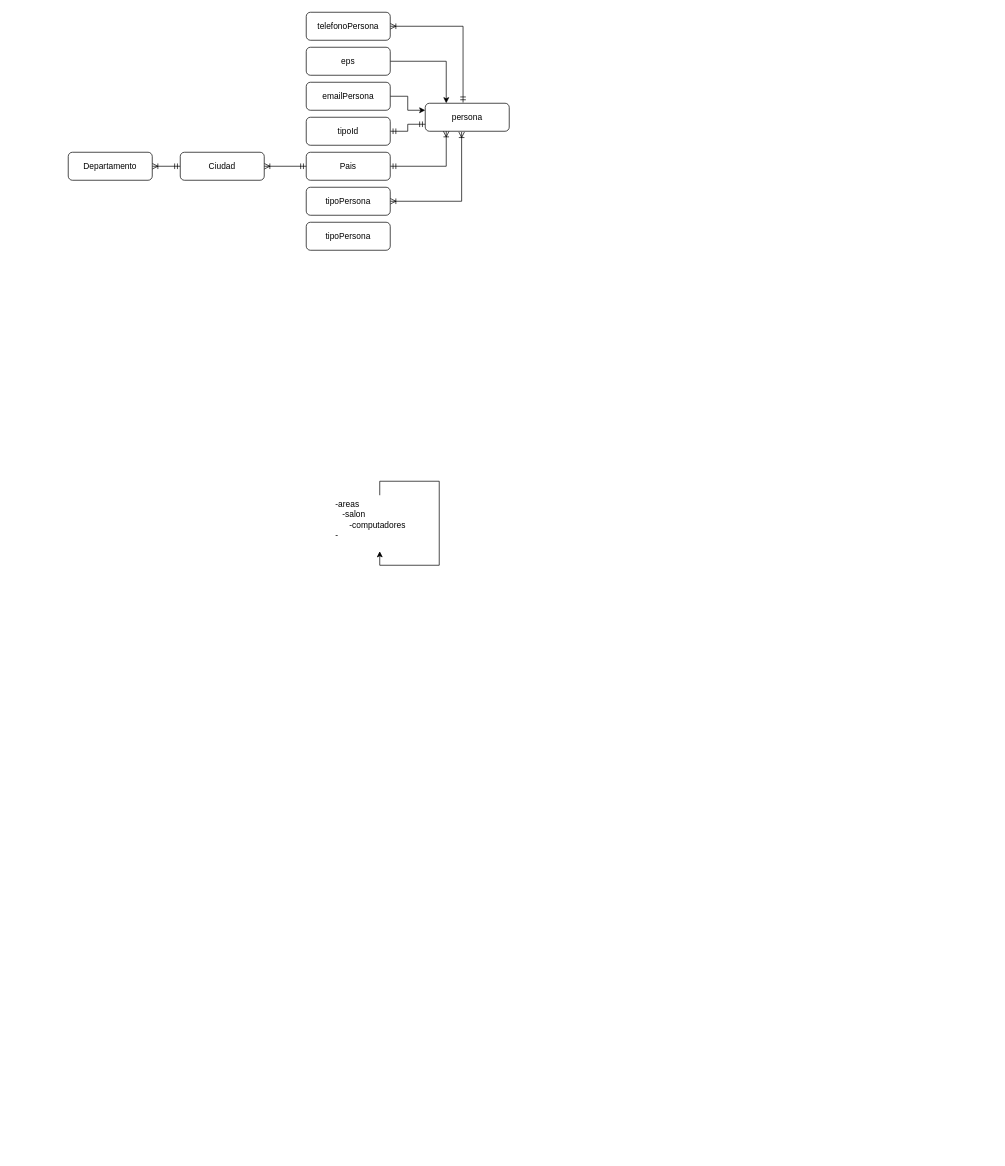
The draw.io diagram Untitled Diagram.drawio in NixonAmado/pry-bdCampus, before the edit. Source tidied: cells renumbered, new cells numbered last; positions are measured from the earlier drawing's top-left corner, leaving out a move shared by most shapes. Both pictures are drawn from the tidied source at 70%, with x=0, y=0 at pixel (68, 12).
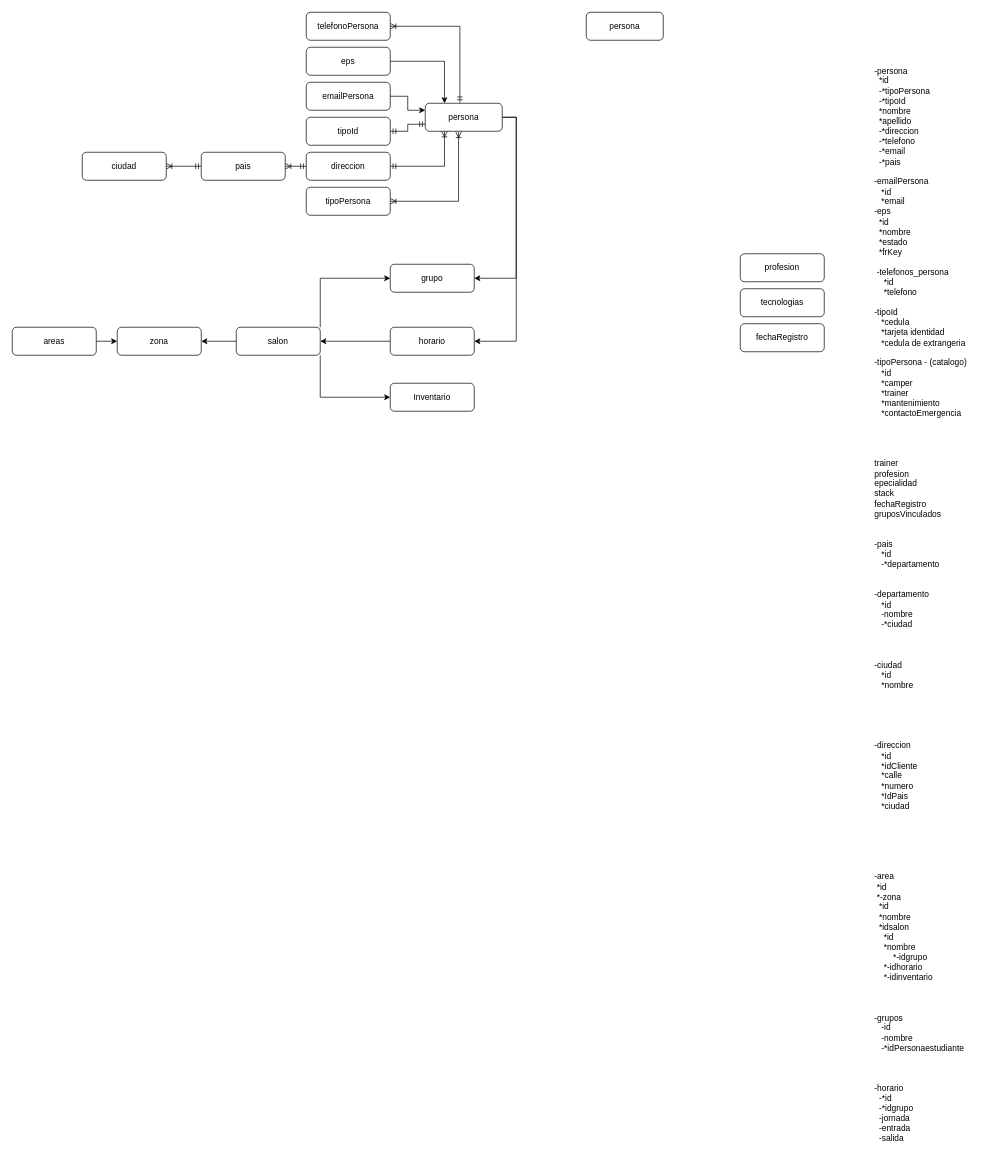
Above is the later version.

Change to the diagram source:
```diff
@@
-    <mxCell id="4" value="-areas&#10;   -salon&#10;      -computadores&#10;-" style="text;whiteSpace=wrap;" parent="1" vertex="1">
-      <mxGeometry x="380" y="690" width="130" height="80" as="geometry" />
-    </mxCell>
-    <mxCell id="5" style="edgeStyle=orthogonalEdgeStyle;rounded=0;orthogonalLoop=1;jettySize=auto;html=1;exitX=0.5;exitY=0;exitDx=0;exitDy=0;" parent="1" edge="1" source="4" target="4">
-      <mxGeometry relative="1" as="geometry" />
-    </mxCell>
@@
+    <mxCell id="22" style="edgeStyle=orthogonalEdgeStyle;rounded=0;jettySize=auto;html=1;exitX=1;exitY=0.5;exitDx=0;exitDy=0;entryX=1;entryY=0.5;entryDx=0;entryDy=0;" parent="1" edge="1" source="8" target="34">
+      <mxGeometry relative="1" as="geometry" />
+    </mxCell>
+    <mxCell id="23" style="edgeStyle=orthogonalEdgeStyle;rounded=0;jettySize=auto;html=1;exitX=1;exitY=0.5;exitDx=0;exitDy=0;entryX=1;entryY=0.5;entryDx=0;entryDy=0;" parent="1" edge="1" source="8" target="36">
+      <mxGeometry relative="1" as="geometry" />
+    </mxCell>
     <mxCell id="8" value="persona" style="rounded=1;whiteSpace=wrap;html=1;" parent="1" vertex="1">
-      <mxGeometry x="510" y="130" width="120" height="40" as="geometry" />
+      <mxGeometry x="510" y="130" width="110" height="40" as="geometry" />
     </mxCell>
@@
-    <mxCell id="16" value="Pais" style="rounded=1;whiteSpace=wrap;html=1;" parent="1" vertex="1">
+    <mxCell id="16" value="direccion" style="rounded=1;whiteSpace=wrap;html=1;" parent="1" vertex="1">
       <mxGeometry x="340" y="200" width="120" height="40" as="geometry" />
     </mxCell>
@@
-    <mxCell id="18" value="Departamento" style="rounded=1;whiteSpace=wrap;html=1;" parent="1" vertex="1">
-      <mxGeometry y="200" width="120" height="40" as="geometry" />
+    <mxCell id="18" value="ciudad" style="rounded=1;whiteSpace=wrap;html=1;" parent="1" vertex="1">
+      <mxGeometry x="20" y="200" width="120" height="40" as="geometry" />
     </mxCell>
@@
-    <mxCell id="20" value="Ciudad" style="rounded=1;whiteSpace=wrap;html=1;" parent="1" vertex="1">
-      <mxGeometry x="160" y="200" width="120" height="40" as="geometry" />
+    <mxCell id="20" value="pais" style="rounded=1;whiteSpace=wrap;html=1;" parent="1" vertex="1">
+      <mxGeometry x="190" y="200" width="120" height="40" as="geometry" />
     </mxCell>
-    <mxCell id="21" value="tipoPersona" style="rounded=1;whiteSpace=wrap;html=1;" parent="1" vertex="1">
-      <mxGeometry x="340" y="300" width="120" height="40" as="geometry" />
-    </mxCell>
+    <mxCell id="24" value="profesion" style="rounded=1;whiteSpace=wrap;html=1;" parent="1" vertex="1">
+      <mxGeometry x="960" y="345" width="120" height="40" as="geometry" />
+    </mxCell>
+    <mxCell id="25" value="tecnologias" style="rounded=1;whiteSpace=wrap;html=1;" parent="1" vertex="1">
+      <mxGeometry x="960" y="395" width="120" height="40" as="geometry" />
+    </mxCell>
+    <mxCell id="26" value="fechaRegistro" style="rounded=1;whiteSpace=wrap;html=1;" parent="1" vertex="1">
+      <mxGeometry x="960" y="445" width="120" height="40" as="geometry" />
+    </mxCell>
+    <mxCell id="27" style="edgeStyle=orthogonalEdgeStyle;rounded=0;jettySize=auto;html=1;exitX=1;exitY=0.5;exitDx=0;exitDy=0;entryX=0;entryY=0.5;entryDx=0;entryDy=0;" parent="1" edge="1" source="28" target="29">
+      <mxGeometry relative="1" as="geometry" />
+    </mxCell>
+    <mxCell id="28" value="areas" style="rounded=1;whiteSpace=wrap;html=1;" parent="1" vertex="1">
+      <mxGeometry x="-80" y="450" width="120" height="40" as="geometry" />
+    </mxCell>
+    <mxCell id="29" value="zona" style="rounded=1;whiteSpace=wrap;html=1;" parent="1" vertex="1">
+      <mxGeometry x="70" y="450" width="120" height="40" as="geometry" />
+    </mxCell>
+    <mxCell id="30" style="edgeStyle=orthogonalEdgeStyle;rounded=0;jettySize=auto;html=1;" parent="1" edge="1" source="33" target="29">
+      <mxGeometry relative="1" as="geometry" />
+    </mxCell>
+    <mxCell id="31" style="edgeStyle=orthogonalEdgeStyle;rounded=0;jettySize=auto;html=1;exitX=1;exitY=0;exitDx=0;exitDy=0;entryX=0;entryY=0.5;entryDx=0;entryDy=0;" parent="1" edge="1" source="33" target="34">
+      <mxGeometry relative="1" as="geometry" />
+    </mxCell>
+    <mxCell id="32" style="edgeStyle=orthogonalEdgeStyle;rounded=0;jettySize=auto;html=1;exitX=1;exitY=1;exitDx=0;exitDy=0;entryX=0;entryY=0.5;entryDx=0;entryDy=0;" parent="1" edge="1" source="33" target="37">
+      <mxGeometry relative="1" as="geometry" />
+    </mxCell>
+    <mxCell id="33" value="salon" style="rounded=1;whiteSpace=wrap;html=1;" parent="1" vertex="1">
+      <mxGeometry x="240" y="450" width="120" height="40" as="geometry" />
+    </mxCell>
+    <mxCell id="34" value="grupo" style="rounded=1;whiteSpace=wrap;html=1;" parent="1" vertex="1">
+      <mxGeometry x="460" y="360" width="120" height="40" as="geometry" />
+    </mxCell>
+    <mxCell id="35" style="edgeStyle=orthogonalEdgeStyle;rounded=0;jettySize=auto;html=1;" parent="1" edge="1" source="36" target="33">
+      <mxGeometry relative="1" as="geometry" />
+    </mxCell>
+    <mxCell id="36" value="horario" style="rounded=1;whiteSpace=wrap;html=1;" parent="1" vertex="1">
+      <mxGeometry x="460" y="450" width="120" height="40" as="geometry" />
+    </mxCell>
+    <mxCell id="37" value="Inventario" style="rounded=1;whiteSpace=wrap;html=1;" parent="1" vertex="1">
+      <mxGeometry x="460" y="530" width="120" height="40" as="geometry" />
+    </mxCell>
+    <mxCell id="38" value="persona" style="rounded=1;whiteSpace=wrap;html=1;" parent="1" vertex="1">
+      <mxGeometry x="740" width="110" height="40" as="geometry" />
+    </mxCell>
+    <mxCell id="39" value="-persona&#10;  *id&#10;  -*tipoPersona&#10;  -*tipoId&#10;  *nombre&#10;  *apellido&#10;  -*direccion&#10;  -*telefono&#10;  -*email&#10;  -*pais&#10;  &#10;-emailPersona&#10;   *id&#10;   *email&#10;-eps&#10;  *id&#10;  *nombre&#10;  *estado&#10;  *frKey&#10;  &#10; -telefonos_persona&#10;    *id&#10;    *telefono&#10;    &#10;-tipoId&#10;   *cedula&#10;   *tarjeta identidad&#10;   *cedula de extrangeria  &#10;   &#10;-tipoPersona - (catalogo)&#10;   *id &#10;   *camper&#10;   *trainer&#10;   *mantenimiento&#10;   *contactoEmergencia&#10;&#10;&#10;&#10;&#10;trainer&#10;profesion&#10;epecialidad&#10;stack&#10;fechaRegistro&#10;gruposVinculados&#10;&#10;&#10;-pais&#10;   *id&#10;   -*departamento&#10;    &#10;    &#10;-departamento&#10;   *id&#10;   -nombre&#10;   -*ciudad&#10;   &#10;&#10;&#10;-ciudad&#10;   *id&#10;   *nombre&#10;   &#10;&#10;&#10;&#10;&#10;-direccion&#10;   *id&#10;   *idCliente&#10;   *calle&#10;   *numero&#10;   *IdPais&#10;   *ciudad&#10;&#10;&#10;&#10;&#10;&#10;&#10;-area&#10; *id&#10; *-zona&#10;  *id&#10;  *nombre&#10;  *idsalon&#10;    *id&#10;    *nombre&#10;        *-idgrupo&#10;    *-idhorario&#10;    *-idinventario&#10;      &#10;&#10;&#10;-grupos&#10;   -id&#10;   -nombre&#10;   -*idPersonaestudiante&#10;       &#10;&#10;&#10;-horario&#10;  -*id&#10;  -*idgrupo&#10;  -jornada&#10;  -entrada&#10;  -salida" style="text;whiteSpace=wrap;" parent="1" vertex="1">
+      <mxGeometry x="1150" y="70" width="170" height="1560" as="geometry" />
+    </mxCell>
```
